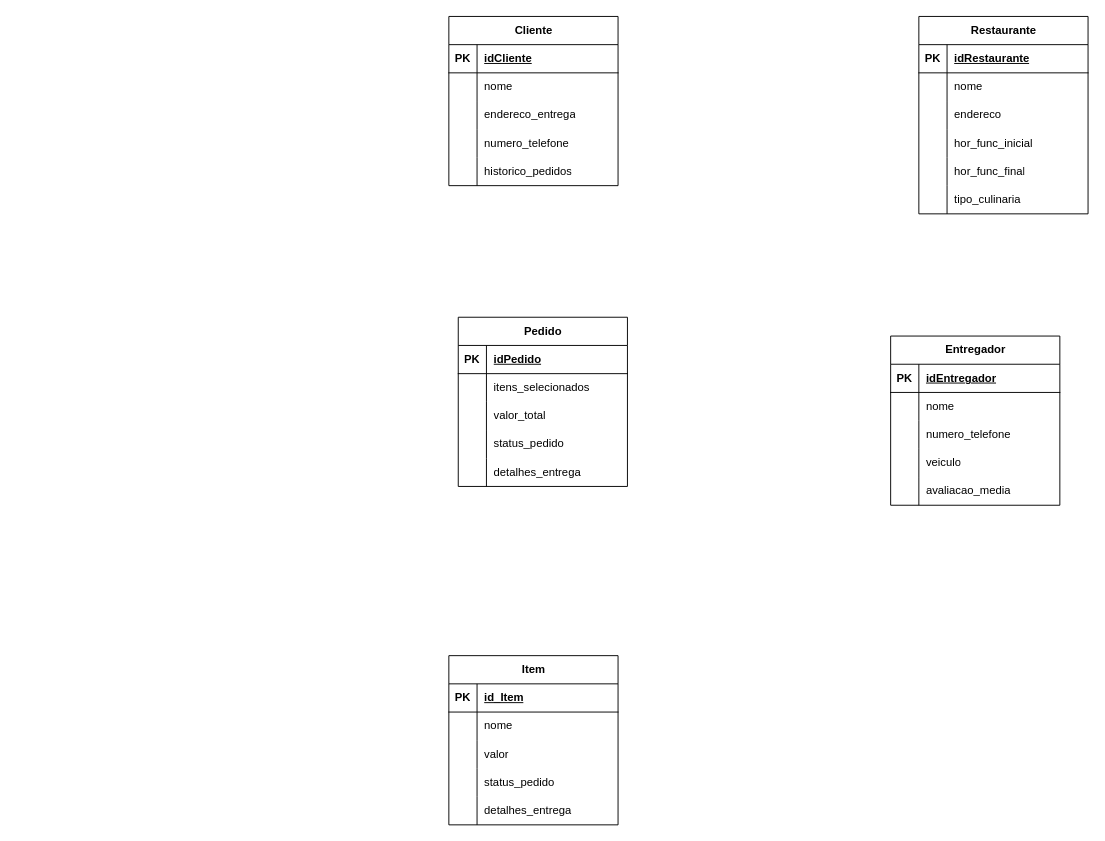
This is app_delivery.drawio from cadullira/facorganizacao, a draw.io file, before an edit. Source tidied: cells renumbered, new cells numbered last; positions are measured from the earlier drawing's top-left corner, leaving out a move shared by most shapes. Both pictures are drawn from the tidied source at 94%, with x=0, y=0 at pixel (448, 16).
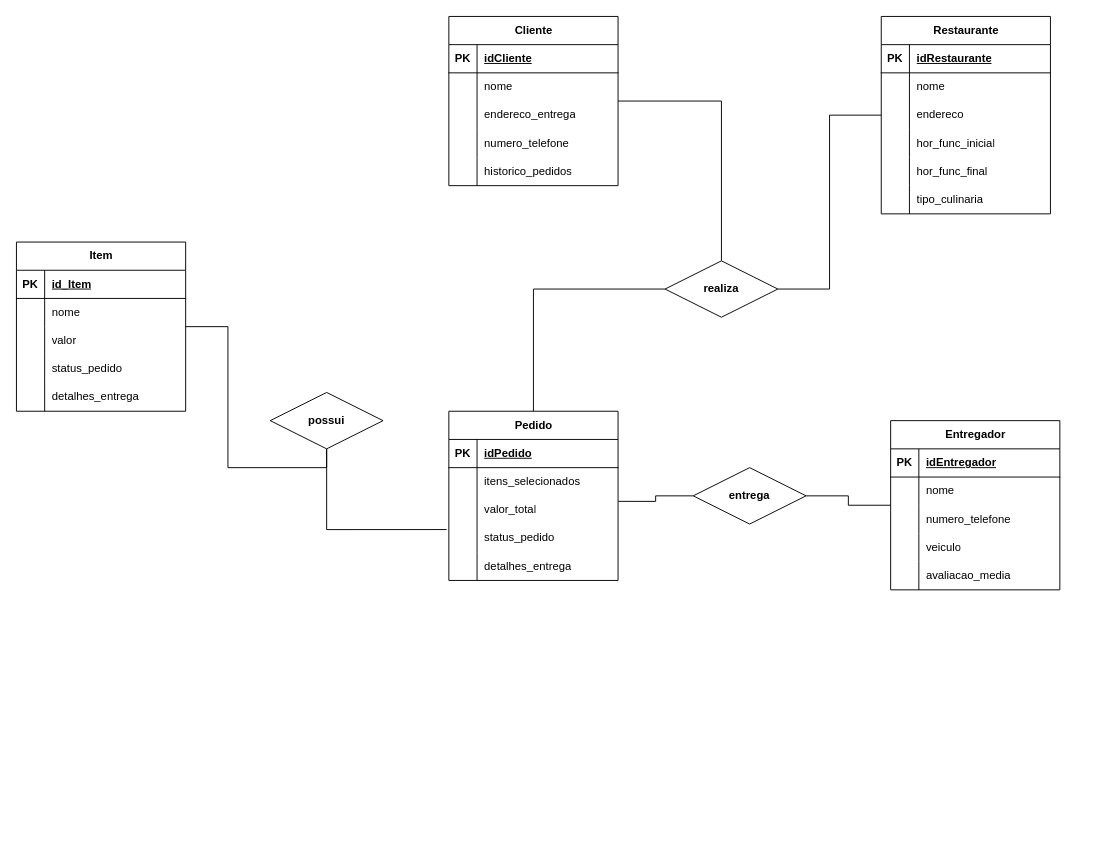
The same diagram, later.

Commit message:
Define os relacionamentos das entidades de app_delivery.drawio

The change refers to these unchanged cells:
```xml
<mxCell id="2" value="Cliente" style="shape=table;startSize=30;childLayout=tableLayout;rowLines=0;fontStyle=1;align=center;html=1;" parent="1" vertex="1">
  <mxGeometry width="180" height="180" as="geometry" />
</mxCell>
<mxCell id="60" style="shape=tableRow;horizontal=0;startSize=0;swimlaneHead=0;swimlaneBody=0;fillColor=none;points=[[0,0.5],[1,0.5]];portConstraint=eastwest;top=0;left=0;right=0;bottom=0;" parent="53" vertex="1">
  <mxGeometry y="90" width="180" height="30" as="geometry" />
</mxCell>
<mxCell id="63" style="shape=tableRow;horizontal=0;startSize=0;swimlaneHead=0;swimlaneBody=0;fillColor=none;points=[[0,0.5],[1,0.5]];portConstraint=eastwest;top=0;left=0;right=0;bottom=0;" parent="53" vertex="1">
  <mxGeometry y="120" width="180" height="30" as="geometry" />
</mxCell>
```

The edit, as a diff of the source:
```diff
@@
+    <mxCell id="85" style="edgeStyle=orthogonalEdgeStyle;rounded=0;jettySize=auto;html=1;strokeColor=default;align=center;verticalAlign=middle;fontFamily=Helvetica;fontSize=12;fontColor=default;fontStyle=1;labelBackgroundColor=default;endArrow=none;endFill=0;" parent="1" edge="1" source="2" target="91">
+      <mxGeometry relative="1" as="geometry" />
+    </mxCell>
@@
+    <mxCell id="86" style="edgeStyle=orthogonalEdgeStyle;rounded=0;jettySize=auto;html=1;entryX=1;entryY=0.5;entryDx=0;entryDy=0;strokeColor=default;align=center;verticalAlign=middle;fontFamily=Helvetica;fontSize=12;fontColor=default;fontStyle=1;labelBackgroundColor=default;endArrow=none;endFill=0;" parent="1" edge="1" source="18" target="91">
+      <mxGeometry relative="1" as="geometry" />
+    </mxCell>
     <mxCell id="18" value="Restaurante" style="shape=table;startSize=30;childLayout=tableLayout;rowLines=0;fontStyle=1;align=center;html=1;" parent="1" vertex="1">
-      <mxGeometry x="500" width="180" height="210" as="geometry" />
+      <mxGeometry x="460" width="180" height="210" as="geometry" />
     </mxCell>
@@
+    <mxCell id="87" style="edgeStyle=orthogonalEdgeStyle;rounded=0;jettySize=auto;html=1;strokeColor=default;align=center;verticalAlign=middle;fontFamily=Helvetica;fontSize=12;fontColor=default;fontStyle=1;labelBackgroundColor=default;endArrow=none;endFill=0;" parent="1" edge="1" source="37" target="92">
+      <mxGeometry relative="1" as="geometry" />
+    </mxCell>
     <mxCell id="37" value="Entregador" style="shape=table;startSize=30;childLayout=tableLayout;rowLines=0;fontStyle=1;align=center;html=1;" parent="1" vertex="1">
-      <mxGeometry x="470" y="340" width="180" height="180" as="geometry" />
+      <mxGeometry x="470" y="430" width="180" height="180" as="geometry" />
     </mxCell>
@@
     <mxCell id="53" value="Pedido" style="shape=table;startSize=30;childLayout=tableLayout;rowLines=0;fontStyle=1;align=center;html=1;" parent="1" vertex="1">
-      <mxGeometry x="10" y="320" width="180" height="180" as="geometry" />
+      <mxGeometry y="420" width="180" height="180" as="geometry" />
     </mxCell>
@@
+    <mxCell id="88" style="edgeStyle=orthogonalEdgeStyle;rounded=0;jettySize=auto;html=1;entryX=0.5;entryY=1;entryDx=0;entryDy=0;strokeColor=default;align=center;verticalAlign=middle;fontFamily=Helvetica;fontSize=12;fontColor=default;fontStyle=1;labelBackgroundColor=default;endArrow=none;endFill=0;" parent="1" edge="1" source="69" target="89">
+      <mxGeometry relative="1" as="geometry" />
+    </mxCell>
     <mxCell id="69" value="Item" style="shape=table;startSize=30;childLayout=tableLayout;rowLines=0;fontStyle=1;align=center;html=1;" parent="1" vertex="1">
-      <mxGeometry y="680" width="180" height="180" as="geometry" />
+      <mxGeometry x="-460" y="240" width="180" height="180" as="geometry" />
     </mxCell>
@@
+    <mxCell id="89" value="possui" style="shape=rhombus;perimeter=rhombusPerimeter;whiteSpace=wrap;html=1;align=center;strokeColor=default;verticalAlign=middle;fontFamily=Helvetica;fontSize=12;fontColor=default;fontStyle=1;fillColor=default;" parent="1" vertex="1">
+      <mxGeometry x="-190" y="400" width="120" height="60" as="geometry" />
+    </mxCell>
+    <mxCell id="90" style="edgeStyle=orthogonalEdgeStyle;rounded=0;jettySize=auto;html=1;entryX=0.5;entryY=0;entryDx=0;entryDy=0;fontFamily=Helvetica;fontSize=12;fontColor=default;fontStyle=1;endArrow=none;endFill=0;" parent="1" edge="1" source="91" target="53">
+      <mxGeometry relative="1" as="geometry" />
+    </mxCell>
+    <mxCell id="91" value="realiza" style="shape=rhombus;perimeter=rhombusPerimeter;whiteSpace=wrap;html=1;align=center;strokeColor=default;verticalAlign=middle;fontFamily=Helvetica;fontSize=12;fontColor=default;fontStyle=1;fillColor=default;" parent="1" vertex="1">
+      <mxGeometry x="230" y="260" width="120" height="60" as="geometry" />
+    </mxCell>
+    <mxCell id="92" value="entrega" style="shape=rhombus;perimeter=rhombusPerimeter;whiteSpace=wrap;html=1;align=center;strokeColor=default;verticalAlign=middle;fontFamily=Helvetica;fontSize=12;fontColor=default;fontStyle=1;fillColor=default;" parent="1" vertex="1">
+      <mxGeometry x="260" y="480" width="120" height="60" as="geometry" />
+    </mxCell>
+    <mxCell id="93" style="edgeStyle=orthogonalEdgeStyle;rounded=0;jettySize=auto;html=1;entryX=1.002;entryY=0.195;entryDx=0;entryDy=0;entryPerimeter=0;strokeColor=default;align=center;verticalAlign=middle;fontFamily=Helvetica;fontSize=12;fontColor=default;fontStyle=1;labelBackgroundColor=default;endArrow=none;endFill=0;" parent="1" edge="1" source="92" target="60">
+      <mxGeometry relative="1" as="geometry" />
+    </mxCell>
+    <mxCell id="94" style="edgeStyle=orthogonalEdgeStyle;rounded=0;jettySize=auto;html=1;entryX=-0.013;entryY=0.195;entryDx=0;entryDy=0;entryPerimeter=0;strokeColor=default;align=center;verticalAlign=middle;fontFamily=Helvetica;fontSize=12;fontColor=default;fontStyle=1;labelBackgroundColor=default;endArrow=none;endFill=0;" parent="1" edge="1" source="89" target="63">
+      <mxGeometry relative="1" as="geometry" />
+    </mxCell>
```
